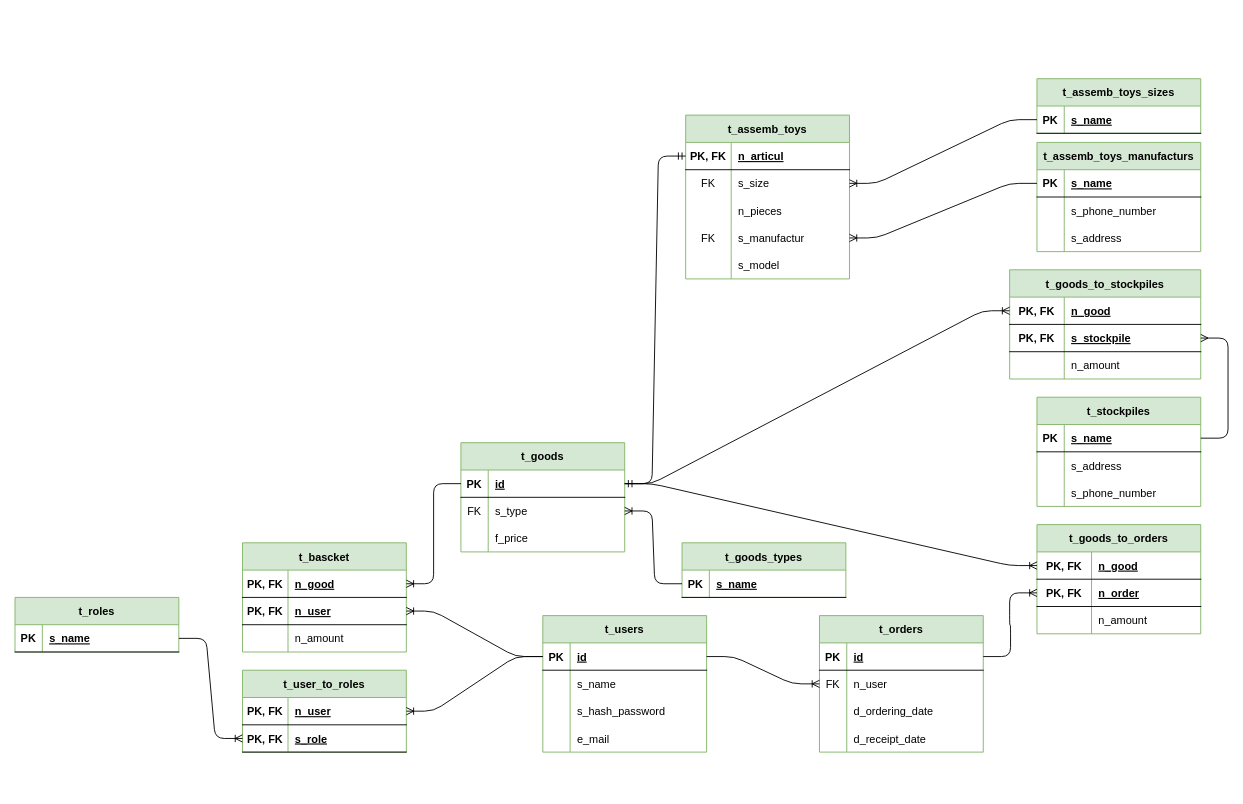
Earlier version of the draw.io diagram server/db_relations.drawio (XJIE6yIIIEK/e-com-shop). Source tidied: cells renumbered, new cells numbered last; positions are measured from the earlier drawing's top-left corner, leaving out a move shared by most shapes. Both pictures are drawn from the tidied source at 91%, with x=0, y=0 at pixel (15, 78).
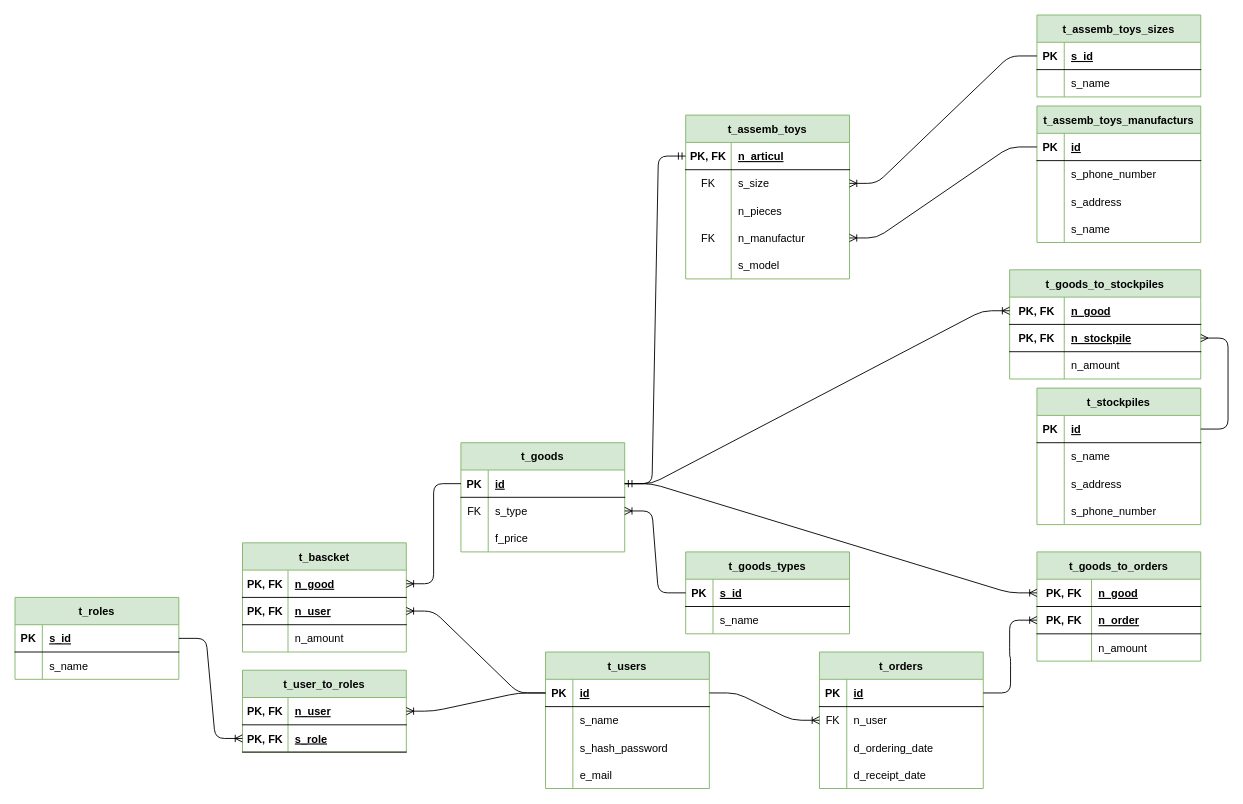
The same page after the edit.

Commit message (it also covers changes not shown here):
Изменён README.md. Изменена схема БД.

Unchanged cells that the change refers to:
```xml
<mxCell id="40" style="shape=partialRectangle;fillColor=none;top=0;left=0;bottom=1;right=0;points=[[0,0.5],[1,0.5]];portConstraint=eastwest;" parent="39" vertex="1">
  <mxGeometry y="30" width="180" height="30" as="geometry" />
</mxCell>
<mxCell id="53" style="shape=partialRectangle;fillColor=none;top=0;left=0;bottom=1;right=0;points=[[0,0.5],[1,0.5]];portConstraint=eastwest;" parent="49" vertex="1">
  <mxGeometry y="60" width="210" height="30" as="geometry" />
</mxCell>
<mxCell id="79" style="shape=partialRectangle;fillColor=none;top=0;left=0;bottom=0;right=0;points=[[0,0.5],[1,0.5]];portConstraint=eastwest;" parent="69" vertex="1">
  <mxGeometry y="120" width="180" height="30" as="geometry" />
</mxCell>
<mxCell id="86" style="shape=partialRectangle;fillColor=none;top=0;left=0;bottom=1;right=0;points=[[0,0.5],[1,0.5]];portConstraint=eastwest;" parent="85" vertex="1">
  <mxGeometry y="30" width="180" height="30" as="geometry" />
</mxCell>
<mxCell id="96" style="shape=partialRectangle;fillColor=none;top=0;left=0;bottom=1;right=0;points=[[0,0.5],[1,0.5]];portConstraint=eastwest;" parent="95" vertex="1">
  <mxGeometry y="30" width="180" height="30" as="geometry" />
</mxCell>
<mxCell id="110" style="shape=partialRectangle;fillColor=none;top=0;left=0;bottom=1;right=0;points=[[0,0.5],[1,0.5]];portConstraint=eastwest;" parent="109" vertex="1">
  <mxGeometry y="30" width="180" height="30" as="geometry" />
</mxCell>
<mxCell id="131" style="shape=partialRectangle;fillColor=none;top=0;left=0;bottom=1;right=0;points=[[0,0.5],[1,0.5]];portConstraint=eastwest;" parent="130" vertex="1">
  <mxGeometry y="30" width="180" height="30" as="geometry" />
</mxCell>
```

What changed in the source:
```diff
@@
     <mxCell id="2" value="t_users" style="shape=table;startSize=30;childLayout=tableLayout;rowLines=0;fontStyle=1;align=center;fillColor=#d5e8d4;strokeColor=#82b366;" parent="1" vertex="1">
-      <mxGeometry x="580" y="590" width="180" height="150" as="geometry" />
+      <mxGeometry x="583" y="630" width="180" height="150" as="geometry" />
     </mxCell>
@@
     <mxCell id="15" value="t_orders" style="shape=table;startSize=30;childLayout=tableLayout;rowLines=0;fontStyle=1;align=center;fillColor=#d5e8d4;strokeColor=#82b366;" parent="1" vertex="1">
-      <mxGeometry x="884" y="590" width="180" height="150" as="geometry" />
+      <mxGeometry x="884" y="630" width="180" height="150" as="geometry" />
     </mxCell>
@@
     <mxCell id="39" value="t_stockpiles" style="shape=table;startSize=30;childLayout=tableLayout;rowLines=0;fontStyle=1;align=center;fillColor=#d5e8d4;strokeColor=#82b366;" parent="1" vertex="1">
-      <mxGeometry x="1123" y="350" width="180" height="120" as="geometry" />
+      <mxGeometry x="1123" y="340" width="180" height="150" as="geometry" />
     </mxCell>
@@
-    <mxCell id="42" value="s_name" style="shape=partialRectangle;fillColor=none;top=0;left=0;bottom=0;right=0;align=left;spacingLeft=6;fontStyle=5;overflow=hidden;" parent="40" vertex="1">
+    <mxCell id="42" value="id" style="shape=partialRectangle;fillColor=none;top=0;left=0;bottom=0;right=0;align=left;spacingLeft=6;fontStyle=5;overflow=hidden;" parent="40" vertex="1">
       <mxGeometry x="30" width="150" height="30" as="geometry" />
     </mxCell>
+    <mxCell id="136" style="shape=partialRectangle;fillColor=none;top=0;left=0;bottom=1;right=0;strokeColor=none;" parent="39" vertex="1">
+      <mxGeometry y="60" width="180" height="30" as="geometry" />
+    </mxCell>
+    <mxCell id="137" style="shape=partialRectangle;fillColor=none;top=0;left=0;bottom=0;right=0;fontStyle=1;overflow=hidden;" parent="136" vertex="1">
+      <mxGeometry width="30" height="30" as="geometry" />
+    </mxCell>
+    <mxCell id="138" value="s_name" style="shape=partialRectangle;fillColor=none;top=0;left=0;bottom=0;right=0;align=left;spacingLeft=6;fontStyle=0;overflow=hidden;verticalAlign=middle;" parent="136" vertex="1">
+      <mxGeometry x="30" width="150" height="30" as="geometry" />
+    </mxCell>
     <mxCell id="43" style="shape=partialRectangle;fillColor=none;top=0;left=0;bottom=0;right=0;" parent="39" vertex="1">
-      <mxGeometry y="60" width="180" height="30" as="geometry" />
+      <mxGeometry y="90" width="180" height="30" as="geometry" />
     </mxCell>
@@
     <mxCell id="46" style="shape=partialRectangle;fillColor=none;top=0;left=0;bottom=0;right=0;" parent="39" vertex="1">
-      <mxGeometry y="90" width="180" height="30" as="geometry" />
+      <mxGeometry y="120" width="180" height="30" as="geometry" />
     </mxCell>
@@
-    <mxCell id="55" value="s_stockpile" style="shape=partialRectangle;fillColor=none;top=0;left=0;bottom=0;right=0;align=left;spacingLeft=6;fontStyle=5;overflow=hidden;" parent="53" vertex="1">
+    <mxCell id="55" value="n_stockpile" style="shape=partialRectangle;fillColor=none;top=0;left=0;bottom=0;right=0;align=left;spacingLeft=6;fontStyle=5;overflow=hidden;" parent="53" vertex="1">
       <mxGeometry x="60" width="150" height="30" as="geometry" />
     </mxCell>
@@
     <mxCell id="59" value="t_goods_to_orders" style="shape=table;startSize=30;childLayout=tableLayout;rowLines=0;fontStyle=1;align=center;fillColor=#d5e8d4;strokeColor=#82b366;" parent="1" vertex="1">
-      <mxGeometry x="1123" y="490" width="180" height="120" as="geometry" />
+      <mxGeometry x="1123" y="520" width="180" height="120" as="geometry" />
     </mxCell>
@@
-    <mxCell id="81" value="s_manufactur" style="shape=partialRectangle;fillColor=none;top=0;left=0;bottom=0;right=0;align=left;spacingLeft=6;overflow=hidden;" parent="79" vertex="1">
+    <mxCell id="81" value="n_manufactur" style="shape=partialRectangle;fillColor=none;top=0;left=0;bottom=0;right=0;align=left;spacingLeft=6;overflow=hidden;" parent="79" vertex="1">
       <mxGeometry x="50" width="130" height="30" as="geometry" />
     </mxCell>
@@
     <mxCell id="85" value="t_assemb_toys_manufacturs" style="shape=table;startSize=30;childLayout=tableLayout;rowLines=0;fontStyle=1;align=center;fillColor=#d5e8d4;strokeColor=#82b366;" parent="1" vertex="1">
-      <mxGeometry x="1123" y="70" width="180" height="120" as="geometry" />
+      <mxGeometry x="1123" y="30" width="180" height="150" as="geometry" />
     </mxCell>
@@
-    <mxCell id="88" value="s_name" style="shape=partialRectangle;fillColor=none;top=0;left=0;bottom=0;right=0;align=left;spacingLeft=6;fontStyle=5;overflow=hidden;" parent="86" vertex="1">
+    <mxCell id="88" value="id" style="shape=partialRectangle;fillColor=none;top=0;left=0;bottom=0;right=0;align=left;spacingLeft=6;fontStyle=5;overflow=hidden;" parent="86" vertex="1">
       <mxGeometry x="30" width="150" height="30" as="geometry" />
     </mxCell>
@@
+    <mxCell id="139" style="shape=partialRectangle;fillColor=none;top=0;left=0;bottom=0;right=0;" parent="85" vertex="1">
+      <mxGeometry y="120" width="180" height="30" as="geometry" />
+    </mxCell>
+    <mxCell id="140" style="shape=partialRectangle;fillColor=none;top=0;left=0;bottom=0;right=0;overflow=hidden;" parent="139" vertex="1">
+      <mxGeometry width="30" height="30" as="geometry" />
+    </mxCell>
+    <mxCell id="141" value="s_name" style="shape=partialRectangle;fillColor=none;top=0;left=0;bottom=0;right=0;align=left;spacingLeft=6;overflow=hidden;" parent="139" vertex="1">
+      <mxGeometry x="30" width="150" height="30" as="geometry" />
+    </mxCell>
     <mxCell id="95" value="t_assemb_toys_sizes" style="shape=table;startSize=30;childLayout=tableLayout;rowLines=0;fontStyle=1;align=center;fillColor=#d5e8d4;strokeColor=#82b366;" parent="1" vertex="1">
-      <mxGeometry x="1123" width="180" height="60" as="geometry" />
+      <mxGeometry x="1123" y="-70" width="180" height="90" as="geometry" />
     </mxCell>
@@
-    <mxCell id="98" value="s_name" style="shape=partialRectangle;fillColor=none;top=0;left=0;bottom=0;right=0;align=left;spacingLeft=6;fontStyle=5;overflow=hidden;" parent="96" vertex="1">
+    <mxCell id="98" value="s_id" style="shape=partialRectangle;fillColor=none;top=0;left=0;bottom=0;right=0;align=left;spacingLeft=6;fontStyle=5;overflow=hidden;" parent="96" vertex="1">
       <mxGeometry x="30" width="150" height="30" as="geometry" />
     </mxCell>
+    <mxCell id="142" style="shape=partialRectangle;fillColor=none;top=0;left=0;bottom=1;right=0;strokeColor=none;" parent="95" vertex="1">
+      <mxGeometry y="60" width="180" height="30" as="geometry" />
+    </mxCell>
+    <mxCell id="143" style="shape=partialRectangle;fillColor=none;top=0;left=0;bottom=0;right=0;fontStyle=1;overflow=hidden;strokeColor=none;" parent="142" vertex="1">
+      <mxGeometry width="30" height="30" as="geometry" />
+    </mxCell>
+    <mxCell id="144" value="s_name" style="shape=partialRectangle;fillColor=none;top=0;left=0;bottom=0;right=0;align=left;spacingLeft=6;fontStyle=0;overflow=hidden;" parent="142" vertex="1">
+      <mxGeometry x="30" width="150" height="30" as="geometry" />
+    </mxCell>
@@
     <mxCell id="109" value="t_roles" style="shape=table;startSize=30;childLayout=tableLayout;rowLines=0;fontStyle=1;align=center;fillColor=#d5e8d4;strokeColor=#82b366;" parent="1" vertex="1">
-      <mxGeometry y="570" width="180" height="60" as="geometry" />
+      <mxGeometry y="570" width="180" height="90" as="geometry" />
     </mxCell>
@@
-    <mxCell id="112" value="s_name" style="shape=partialRectangle;fillColor=none;top=0;left=0;bottom=0;right=0;align=left;spacingLeft=6;fontStyle=5;overflow=hidden;" parent="110" vertex="1">
+    <mxCell id="112" value="s_id" style="shape=partialRectangle;fillColor=none;top=0;left=0;bottom=0;right=0;align=left;spacingLeft=6;fontStyle=5;overflow=hidden;" parent="110" vertex="1">
       <mxGeometry x="30" width="150" height="30" as="geometry" />
     </mxCell>
+    <mxCell id="145" style="shape=partialRectangle;fillColor=none;top=0;left=0;bottom=1;right=0;strokeColor=none;" parent="109" vertex="1">
+      <mxGeometry y="60" width="180" height="30" as="geometry" />
+    </mxCell>
+    <mxCell id="146" style="shape=partialRectangle;fillColor=none;top=0;left=0;bottom=0;right=0;fontStyle=1;overflow=hidden;" parent="145" vertex="1">
+      <mxGeometry width="30" height="30" as="geometry" />
+    </mxCell>
+    <mxCell id="147" value="s_name" style="shape=partialRectangle;fillColor=none;top=0;left=0;bottom=0;right=0;align=left;spacingLeft=6;fontStyle=0;overflow=hidden;" parent="145" vertex="1">
+      <mxGeometry x="30" width="150" height="30" as="geometry" />
+    </mxCell>
@@
     <mxCell id="130" value="t_goods_types" style="shape=table;startSize=30;childLayout=tableLayout;rowLines=0;fontStyle=1;align=center;fillColor=#d5e8d4;strokeColor=#82b366;" parent="1" vertex="1">
-      <mxGeometry x="733" y="510" width="180" height="60" as="geometry" />
+      <mxGeometry x="737" y="520" width="180" height="90" as="geometry" />
     </mxCell>
@@
-    <mxCell id="133" value="s_name" style="shape=partialRectangle;fillColor=none;top=0;left=0;bottom=0;right=0;align=left;spacingLeft=6;fontStyle=5;overflow=hidden;" parent="131" vertex="1">
+    <mxCell id="133" value="s_id" style="shape=partialRectangle;fillColor=none;top=0;left=0;bottom=0;right=0;align=left;spacingLeft=6;fontStyle=5;overflow=hidden;" parent="131" vertex="1">
       <mxGeometry x="30" width="150" height="30" as="geometry" />
     </mxCell>
+    <mxCell id="148" style="shape=partialRectangle;fillColor=none;top=0;left=0;bottom=1;right=0;strokeColor=none;" parent="130" vertex="1">
+      <mxGeometry y="60" width="180" height="30" as="geometry" />
+    </mxCell>
+    <mxCell id="149" style="shape=partialRectangle;fillColor=none;top=0;left=0;bottom=0;right=0;fontStyle=1;overflow=hidden;" parent="148" vertex="1">
+      <mxGeometry width="30" height="30" as="geometry" />
+    </mxCell>
+    <mxCell id="150" value="s_name" style="shape=partialRectangle;fillColor=none;top=0;left=0;bottom=0;right=0;align=left;spacingLeft=6;fontStyle=0;overflow=hidden;" parent="148" vertex="1">
+      <mxGeometry x="30" width="150" height="30" as="geometry" />
+    </mxCell>
```
